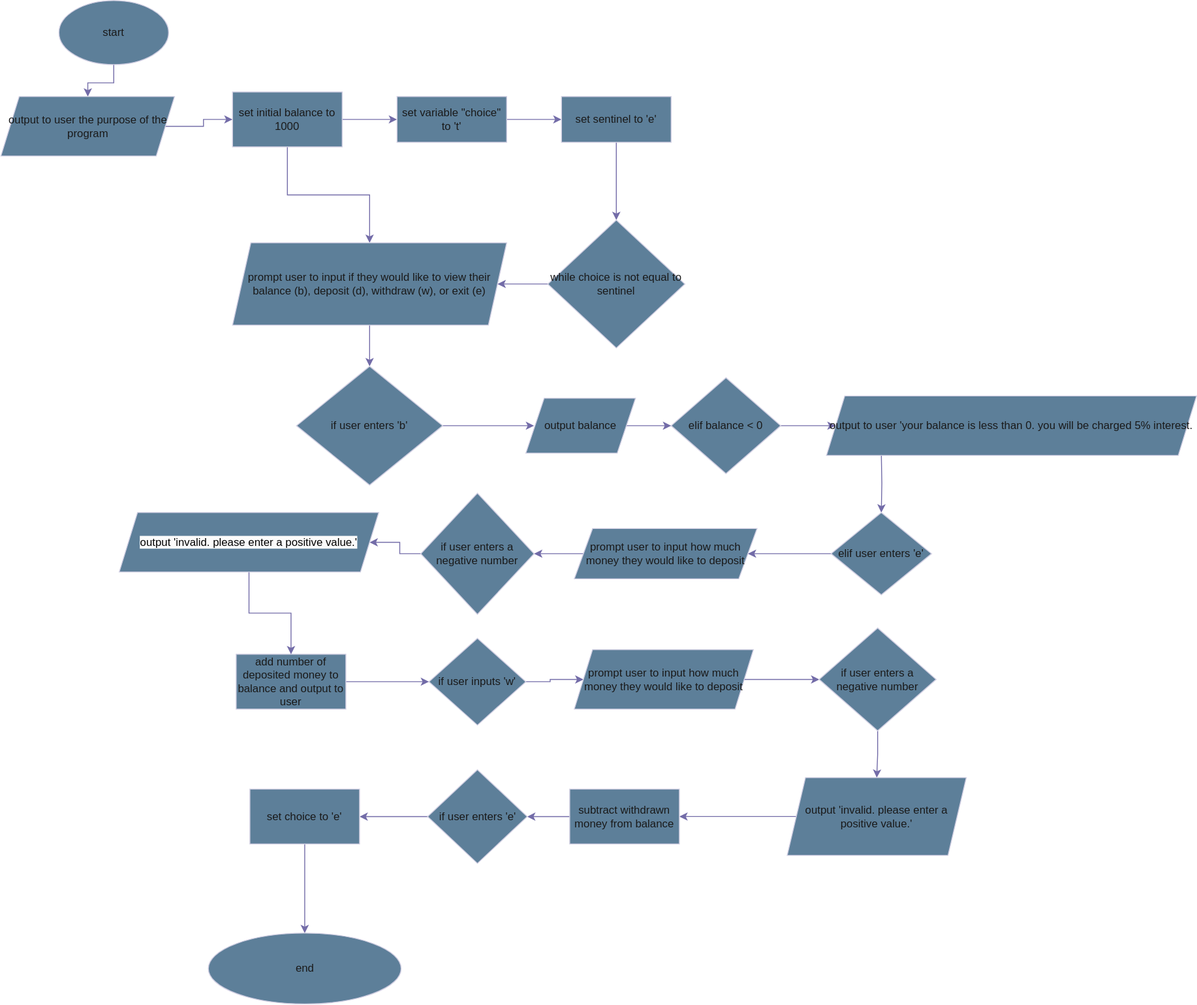
Earlier version of the draw.io export flowchart.svg (yzjedu/cs151-lab5-antonio_liv). Source tidied: cells renumbered, new cells last; positions are measured from the earlier drawing's top-left corner, leaving out a move shared by most shapes.
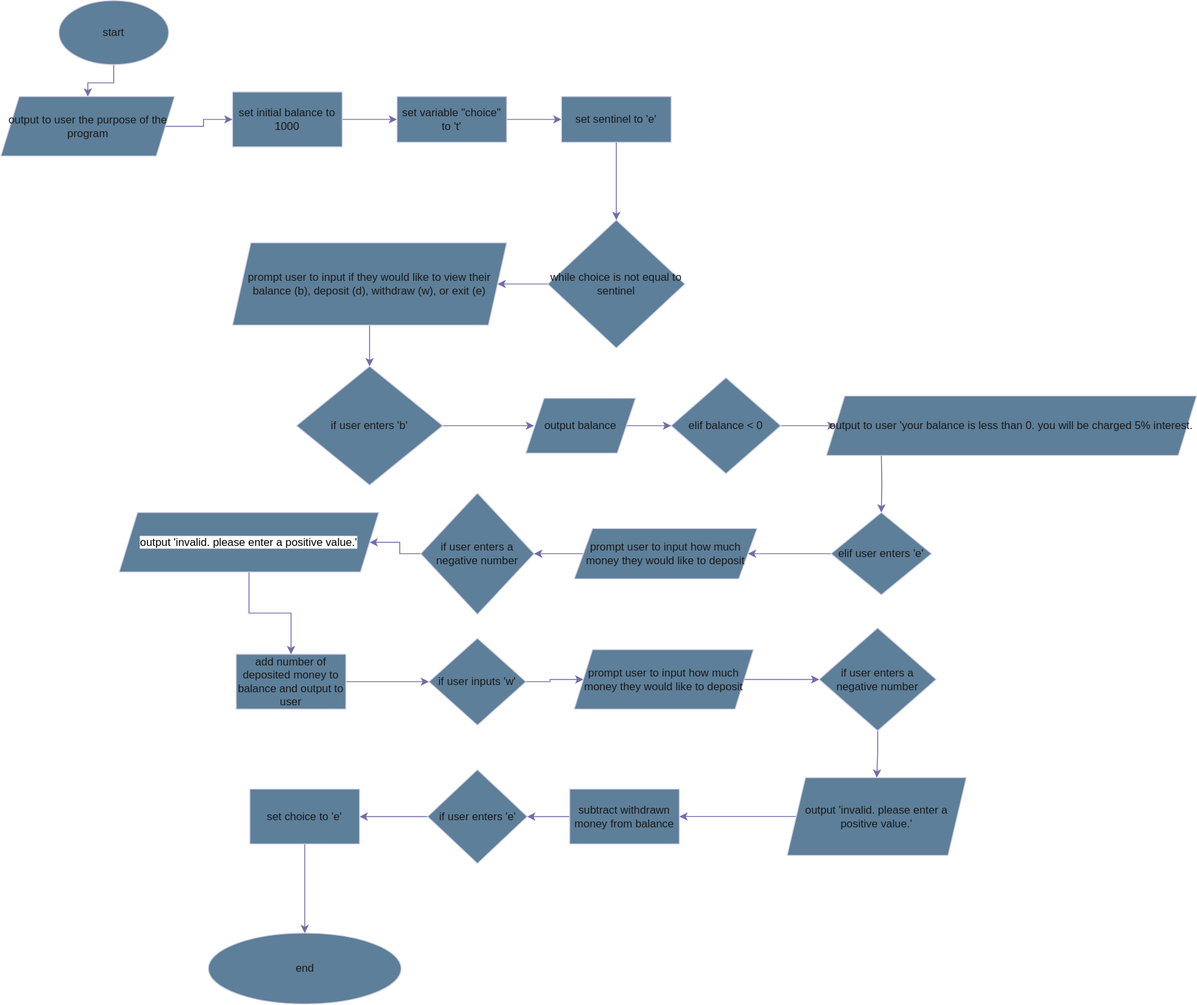
The same diagram one commit later.

What changed in the source:
```diff
@@ -11,9 +11,6 @@
     <mxCell id="4" style="edgeStyle=orthogonalEdgeStyle;rounded=0;jettySize=auto;html=1;labelBackgroundColor=none;strokeColor=#736CA8;fontColor=default;" parent="1" edge="1" source="6" target="8">
       <mxGeometry relative="1" as="geometry" />
     </mxCell>
-    <mxCell id="5" style="edgeStyle=orthogonalEdgeStyle;rounded=0;jettySize=auto;html=1;labelBackgroundColor=none;strokeColor=#736CA8;fontColor=default;" parent="1" edge="1" source="6" target="14">
-      <mxGeometry relative="1" as="geometry" />
-    </mxCell>
     <mxCell id="6" value="set initial balance to 1000" style="rounded=0;whiteSpace=wrap;html=1;labelBackgroundColor=none;fillColor=#5D7F99;strokeColor=#D0CEE2;fontColor=#1A1A1A;" parent="1" vertex="1">
       <mxGeometry x="254" y="100" width="120" height="60" as="geometry" />
     </mxCell>
```
